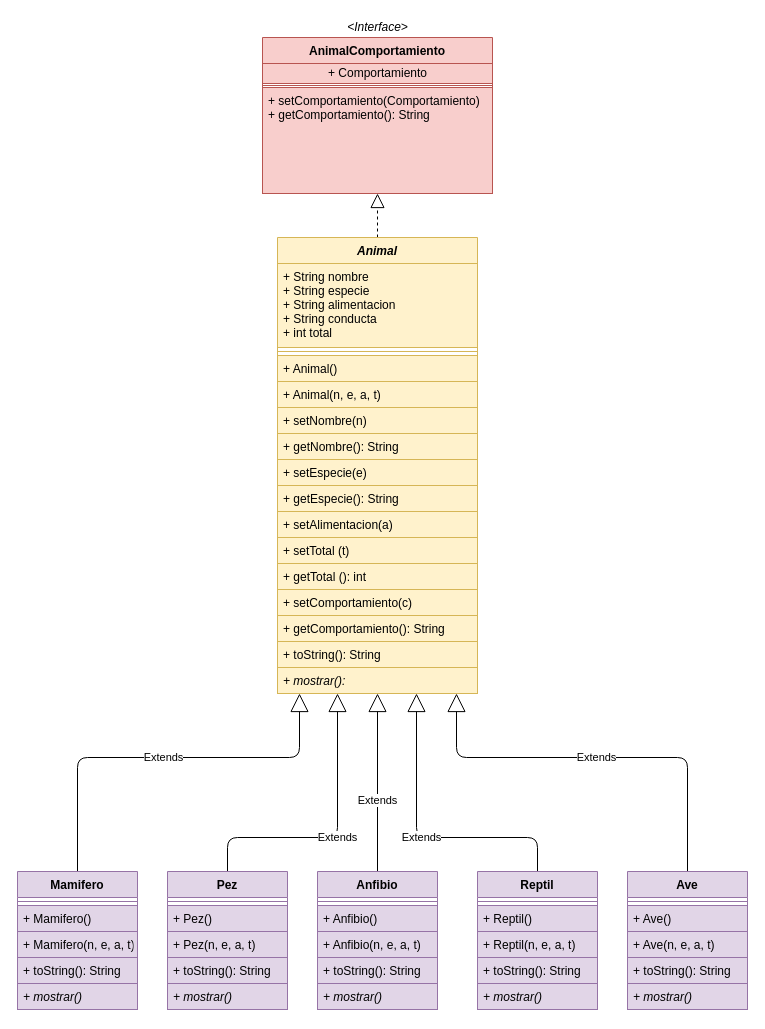
Above: Documentacion/Zoologico.drawio in GisTypical/ZoologicoPOO (draw.io), before the change. Source tidied: cells renumbered, new cells numbered last; positions are measured from the earlier drawing's top-left corner, leaving out a move shared by most shapes. Both pictures are drawn from the tidied source at 100%, with x=0, y=0 at pixel (17, 17).
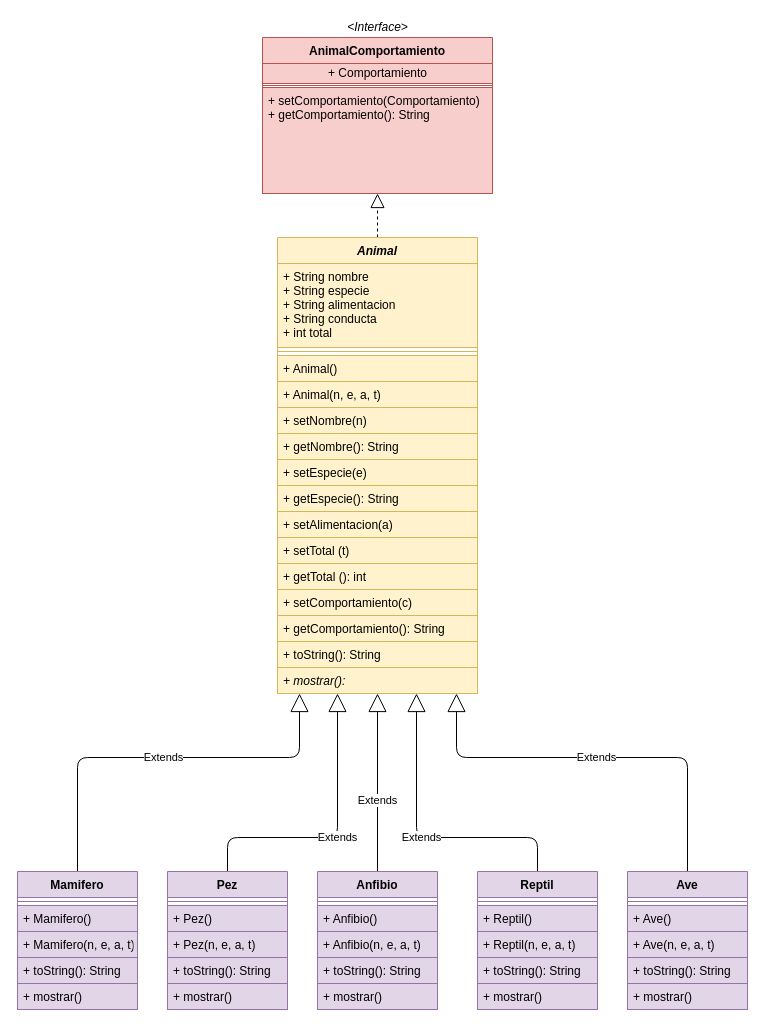
The same page after the edit.

The change refers to these unchanged cells:
```xml
<mxCell id="28" value="Mamifero" style="swimlane;fontStyle=1;align=center;verticalAlign=top;horizontal=1;startSize=26;fillColor=#e1d5e7;strokeColor=#9673a6;" parent="1" vertex="1">
  <mxGeometry y="854" width="120" height="138" as="geometry" />
</mxCell>
<mxCell id="35" value="Pez" style="swimlane;fontStyle=1;align=center;verticalAlign=top;horizontal=1;startSize=26;fillColor=#e1d5e7;strokeColor=#9673a6;" parent="1" vertex="1">
  <mxGeometry x="150" y="854" width="120" height="138" as="geometry" />
</mxCell>
<mxCell id="41" value="Anfibio" style="swimlane;fontStyle=1;align=center;verticalAlign=top;horizontal=1;startSize=26;fillColor=#e1d5e7;strokeColor=#9673a6;" parent="1" vertex="1">
  <mxGeometry x="300" y="854" width="120" height="138" as="geometry" />
</mxCell>
<mxCell id="47" value="Reptil" style="swimlane;fontStyle=1;align=center;verticalAlign=top;horizontal=1;startSize=26;fillColor=#e1d5e7;strokeColor=#9673a6;" parent="1" vertex="1">
  <mxGeometry x="460" y="854" width="120" height="138" as="geometry" />
</mxCell>
<mxCell id="53" value="Ave" style="swimlane;fontStyle=1;align=center;verticalAlign=top;horizontal=1;startSize=26;fillColor=#e1d5e7;strokeColor=#9673a6;" parent="1" vertex="1">
  <mxGeometry x="610" y="854" width="120" height="138" as="geometry" />
</mxCell>
```

Diff of the diagram source:
```diff
@@
-    <mxCell id="33" value="+ mostrar()" style="text;strokeColor=#9673a6;fillColor=#e1d5e7;align=left;verticalAlign=top;spacingLeft=4;spacingRight=4;overflow=hidden;fontStyle=2;" parent="28" vertex="1">
+    <mxCell id="33" value="+ mostrar()" style="text;strokeColor=#9673a6;fillColor=#e1d5e7;align=left;verticalAlign=top;spacingLeft=4;spacingRight=4;overflow=hidden;fontStyle=0;" parent="28" vertex="1">
       <mxGeometry y="112" width="120" height="26" as="geometry" />
     </mxCell>
@@
-    <mxCell id="40" value="+ mostrar()" style="text;strokeColor=#9673a6;fillColor=#e1d5e7;align=left;verticalAlign=top;spacingLeft=4;spacingRight=4;overflow=hidden;fontStyle=2;" parent="35" vertex="1">
+    <mxCell id="40" value="+ mostrar()" style="text;strokeColor=#9673a6;fillColor=#e1d5e7;align=left;verticalAlign=top;spacingLeft=4;spacingRight=4;overflow=hidden;fontStyle=0;" parent="35" vertex="1">
       <mxGeometry y="112" width="120" height="26" as="geometry" />
     </mxCell>
@@
-    <mxCell id="46" value="+ mostrar()" style="text;strokeColor=#9673a6;fillColor=#e1d5e7;align=left;verticalAlign=top;spacingLeft=4;spacingRight=4;overflow=hidden;fontStyle=2;" parent="41" vertex="1">
+    <mxCell id="46" value="+ mostrar()" style="text;strokeColor=#9673a6;fillColor=#e1d5e7;align=left;verticalAlign=top;spacingLeft=4;spacingRight=4;overflow=hidden;fontStyle=0;" parent="41" vertex="1">
       <mxGeometry y="112" width="120" height="26" as="geometry" />
     </mxCell>
@@
-    <mxCell id="52" value="+ mostrar()" style="text;strokeColor=#9673a6;fillColor=#e1d5e7;align=left;verticalAlign=top;spacingLeft=4;spacingRight=4;overflow=hidden;fontStyle=2;" parent="47" vertex="1">
+    <mxCell id="52" value="+ mostrar()" style="text;strokeColor=#9673a6;fillColor=#e1d5e7;align=left;verticalAlign=top;spacingLeft=4;spacingRight=4;overflow=hidden;fontStyle=0;" parent="47" vertex="1">
       <mxGeometry y="112" width="120" height="26" as="geometry" />
     </mxCell>
@@
-    <mxCell id="58" value="+ mostrar()" style="text;strokeColor=#9673a6;fillColor=#e1d5e7;align=left;verticalAlign=top;spacingLeft=4;spacingRight=4;overflow=hidden;fontStyle=2;" parent="53" vertex="1">
+    <mxCell id="58" value="+ mostrar()" style="text;strokeColor=#9673a6;fillColor=#e1d5e7;align=left;verticalAlign=top;spacingLeft=4;spacingRight=4;overflow=hidden;fontStyle=0;" parent="53" vertex="1">
       <mxGeometry y="112" width="120" height="26" as="geometry" />
     </mxCell>
```
